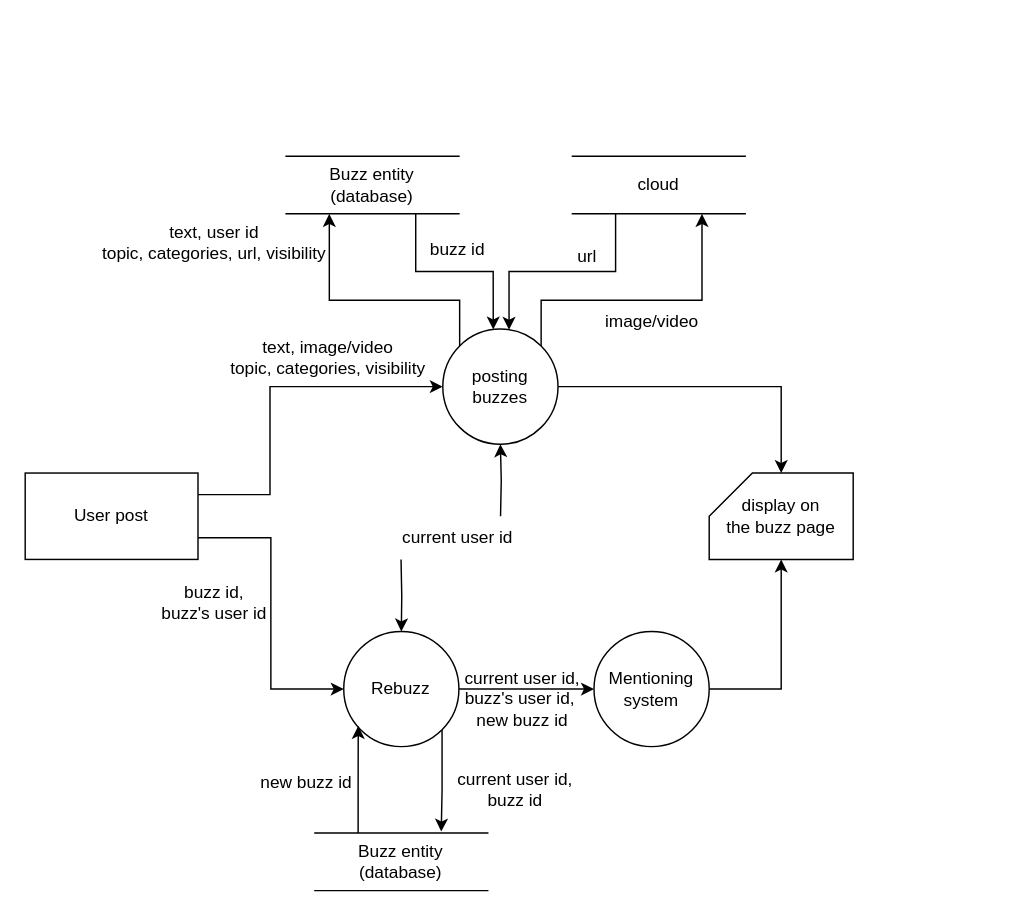
DonaldLamNL/buzzer keeps this draw.io diagram as DFD/Buzzer/Buzzes.drawio. Above is the earlier version. Source tidied: cells renumbered, new cells numbered last; positions are measured from the earlier drawing's top-left corner, leaving out a move shared by most shapes. Both pictures are drawn from the tidied source at 144%, with x=0, y=0 at pixel (24, 156).
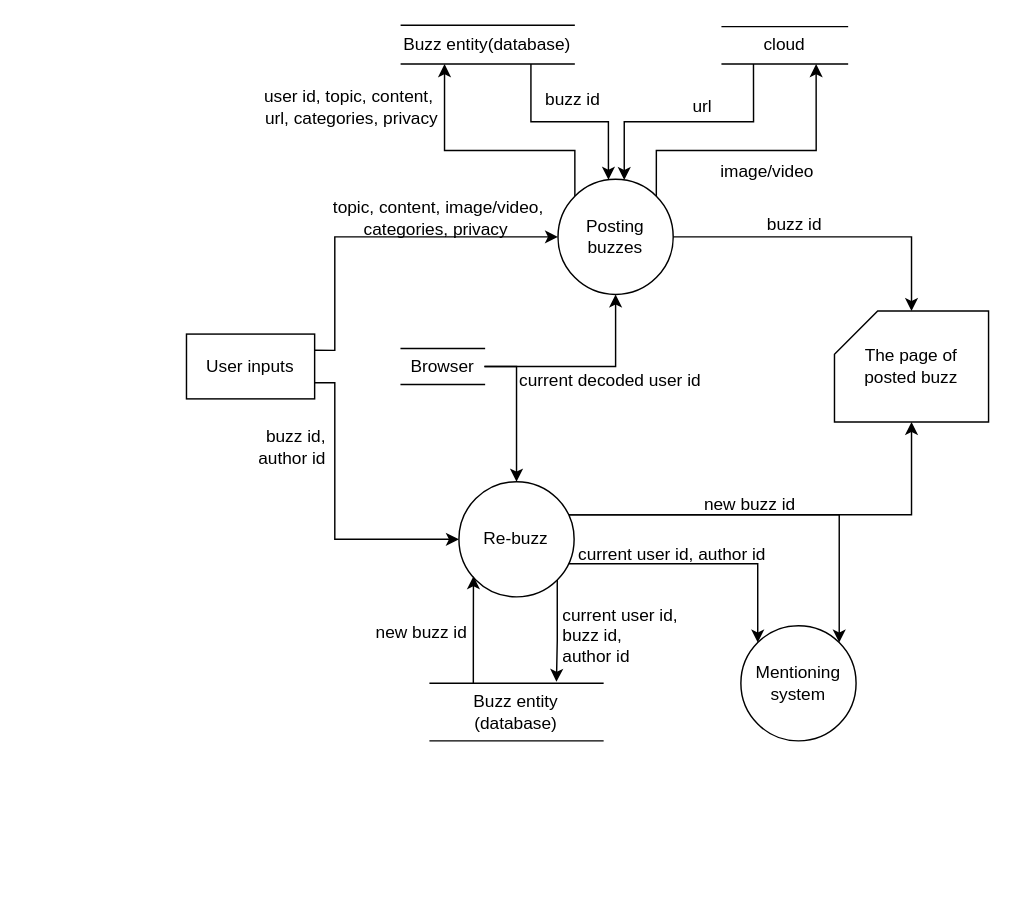
The same page after the edit.

Diff of the diagram source:
```diff
@@
-    <mxCell id="2" value="text, image/video&lt;br&gt;topic, categories, visibility" style="text;html=1;align=center;verticalAlign=middle;strokeColor=none;fillColor=none;" parent="1" vertex="1">
-      <mxGeometry x="130" y="120" width="160" height="40" as="geometry" />
+    <mxCell id="2" value="&lt;div style=&quot;border-color: var(--border-color);&quot;&gt;&amp;nbsp;topic, content, image/video,&lt;/div&gt;&lt;div style=&quot;border-color: var(--border-color);&quot;&gt;categories, privacy&lt;/div&gt;" style="text;html=1;align=center;verticalAlign=middle;strokeColor=none;fillColor=none;" parent="1" vertex="1">
+      <mxGeometry x="201" y="23" width="167" height="40" as="geometry" />
     </mxCell>
-    <mxCell id="3" style="edgeStyle=orthogonalEdgeStyle;rounded=0;jettySize=auto;html=1;exitX=1;exitY=0.25;exitDx=0;exitDy=0;entryX=0;entryY=0.5;entryDx=0;entryDy=0;" parent="1" edge="1" source="5" target="9">
+    <mxCell id="3" style="edgeStyle=orthogonalEdgeStyle;rounded=0;jettySize=auto;html=1;exitX=1;exitY=0.25;exitDx=0;exitDy=0;entryX=0;entryY=0.5;entryDx=0;entryDy=0;" parent="1" edge="1" source="36" target="9">
       <mxGeometry relative="1" as="geometry">
         <Array as="points">
-          <mxPoint x="170" y="235" />
-          <mxPoint x="170" y="160" />
+          <mxPoint x="215" y="135" />
+          <mxPoint x="215" y="56" />
         </Array>
       </mxGeometry>
     </mxCell>
-    <mxCell id="4" style="edgeStyle=orthogonalEdgeStyle;rounded=0;jettySize=auto;html=1;exitX=1;exitY=0.75;exitDx=0;exitDy=0;entryX=0;entryY=0.5;entryDx=0;entryDy=0;" parent="1" edge="1" source="5" target="13">
-      <mxGeometry relative="1" as="geometry" />
+    <mxCell id="4" style="edgeStyle=orthogonalEdgeStyle;rounded=0;jettySize=auto;html=1;exitX=1;exitY=0.75;exitDx=0;exitDy=0;entryX=0;entryY=0.5;entryDx=0;entryDy=0;" parent="1" edge="1" source="36" target="13">
+      <mxGeometry relative="1" as="geometry">
+        <Array as="points">
+          <mxPoint x="215" y="157" />
+          <mxPoint x="215" y="266" />
+        </Array>
+      </mxGeometry>
     </mxCell>
-    <mxCell id="5" value="User post" style="rounded=0;whiteSpace=wrap;html=1;" parent="1" vertex="1">
-      <mxGeometry y="220" width="120" height="60" as="geometry" />
-    </mxCell>
     <mxCell id="6" style="edgeStyle=orthogonalEdgeStyle;rounded=0;jettySize=auto;html=1;exitX=0;exitY=0;exitDx=0;exitDy=0;entryX=0.25;entryY=1;entryDx=0;entryDy=0;" parent="1" edge="1" source="9" target="20">
       <mxGeometry relative="1" as="geometry">
         <Array as="points">
-          <mxPoint x="302" y="100" />
-          <mxPoint x="211" y="100" />
+          <mxPoint x="382" y="-4" />
+          <mxPoint x="291" y="-4" />
         </Array>
       </mxGeometry>
     </mxCell>
     <mxCell id="7" style="edgeStyle=orthogonalEdgeStyle;rounded=0;jettySize=auto;html=1;exitX=1;exitY=0;exitDx=0;exitDy=0;entryX=0.75;entryY=1;entryDx=0;entryDy=0;" parent="1" edge="1" source="9" target="22">
       <mxGeometry relative="1" as="geometry">
         <Array as="points">
-          <mxPoint x="358" y="100" />
-          <mxPoint x="470" y="100" />
+          <mxPoint x="438" y="-4" />
+          <mxPoint x="550" y="-4" />
         </Array>
       </mxGeometry>
     </mxCell>
@@
-    <mxCell id="9" value="posting&lt;br&gt;buzzes" style="ellipse;whiteSpace=wrap;html=1;" parent="1" vertex="1">
-      <mxGeometry x="290" y="120" width="80" height="80" as="geometry" />
+    <mxCell id="9" value="Posting&lt;br&gt;buzzes" style="ellipse;whiteSpace=wrap;html=1;" parent="1" vertex="1">
+      <mxGeometry x="370" y="16" width="80" height="80" as="geometry" />
     </mxCell>
-    <mxCell id="10" style="edgeStyle=orthogonalEdgeStyle;rounded=0;jettySize=auto;html=1;exitX=1;exitY=0.5;exitDx=0;exitDy=0;entryX=0;entryY=0.5;entryDx=0;entryDy=0;" parent="1" edge="1" source="13" target="17">
-      <mxGeometry relative="1" as="geometry" />
-    </mxCell>
@@
-    <mxCell id="12" style="edgeStyle=orthogonalEdgeStyle;rounded=0;jettySize=auto;html=1;entryX=0.5;entryY=0;entryDx=0;entryDy=0;" parent="1" edge="1" target="13">
-      <mxGeometry relative="1" as="geometry">
-        <mxPoint x="261" y="280" as="sourcePoint" />
-      </mxGeometry>
-    </mxCell>
+    <mxCell id="33" style="edgeStyle=orthogonalEdgeStyle;rounded=0;jettySize=auto;html=1;exitX=0.953;exitY=0.713;exitDx=0;exitDy=0;entryX=0;entryY=0;entryDx=0;entryDy=0;exitPerimeter=0;" parent="1" edge="1" source="13" target="17">
+      <mxGeometry relative="1" as="geometry">
+        <Array as="points">
+          <mxPoint x="509" y="283" />
+        </Array>
+      </mxGeometry>
+    </mxCell>
+    <mxCell id="34" style="edgeStyle=orthogonalEdgeStyle;rounded=0;jettySize=auto;html=1;exitX=0.94;exitY=0.288;exitDx=0;exitDy=0;entryX=0.5;entryY=1;entryDx=0;entryDy=0;entryPerimeter=0;exitPerimeter=0;" parent="1" edge="1" source="13" target="18">
+      <mxGeometry relative="1" as="geometry" />
+    </mxCell>
+    <mxCell id="35" style="edgeStyle=orthogonalEdgeStyle;rounded=0;jettySize=auto;html=1;exitX=0.951;exitY=0.288;exitDx=0;exitDy=0;entryX=1;entryY=0;entryDx=0;entryDy=0;exitPerimeter=0;" parent="1" edge="1" source="13" target="17">
+      <mxGeometry relative="1" as="geometry" />
+    </mxCell>
-    <mxCell id="13" value="Rebuzz" style="ellipse;whiteSpace=wrap;html=1;" parent="1" vertex="1">
-      <mxGeometry x="221.2" y="330" width="80" height="80" as="geometry" />
+    <mxCell id="13" value="Re-buzz" style="ellipse;whiteSpace=wrap;html=1;" parent="1" vertex="1">
+      <mxGeometry x="301.2" y="226" width="80" height="80" as="geometry" />
     </mxCell>
-    <mxCell id="14" style="edgeStyle=orthogonalEdgeStyle;rounded=0;jettySize=auto;html=1;" parent="1" edge="1" target="9">
-      <mxGeometry relative="1" as="geometry">
-        <mxPoint x="330.1" y="250" as="sourcePoint" />
-      </mxGeometry>
-    </mxCell>
-    <mxCell id="15" value="current user id" style="text;html=1;align=center;verticalAlign=middle;strokeColor=none;fillColor=none;" parent="1" vertex="1">
-      <mxGeometry x="250" y="250" width="100" height="30" as="geometry" />
-    </mxCell>
-    <mxCell id="16" style="edgeStyle=orthogonalEdgeStyle;rounded=0;jettySize=auto;html=1;exitX=1;exitY=0.5;exitDx=0;exitDy=0;entryX=0.5;entryY=1;entryDx=0;entryDy=0;entryPerimeter=0;" parent="1" edge="1" source="17" target="18">
-      <mxGeometry relative="1" as="geometry" />
-    </mxCell>
     <mxCell id="17" value="Mentioning system" style="ellipse;whiteSpace=wrap;html=1;" parent="1" vertex="1">
-      <mxGeometry x="395" y="330" width="80" height="80" as="geometry" />
+      <mxGeometry x="497" y="326" width="80" height="80" as="geometry" />
     </mxCell>
-    <mxCell id="18" value="display on &lt;br&gt;the buzz page" style="shape=card;whiteSpace=wrap;html=1;" parent="1" vertex="1">
-      <mxGeometry x="475" y="220" width="100" height="60" as="geometry" />
+    <mxCell id="18" value="The page of&lt;br&gt;posted buzz" style="shape=card;whiteSpace=wrap;html=1;" parent="1" vertex="1">
+      <mxGeometry x="562" y="107.5" width="107" height="77" as="geometry" />
     </mxCell>
@@
-    <mxCell id="20" value="Buzz entity (database)" style="shape=partialRectangle;whiteSpace=wrap;html=1;left=0;right=0;fillColor=none;rounded=0;strokeColor=default;fontFamily=Helvetica;fontSize=12;fontColor=default;" parent="1" vertex="1">
-      <mxGeometry x="181.2" width="120" height="40" as="geometry" />
+    <mxCell id="20" value="Buzz entity(database)" style="shape=partialRectangle;whiteSpace=wrap;html=1;left=0;right=0;fillColor=none;rounded=0;strokeColor=default;fontFamily=Helvetica;fontSize=12;fontColor=default;" parent="1" vertex="1">
+      <mxGeometry x="261.2" y="-91" width="120" height="27" as="geometry" />
     </mxCell>
@@
     <mxCell id="22" value="cloud" style="shape=partialRectangle;whiteSpace=wrap;html=1;left=0;right=0;fillColor=none;rounded=0;strokeColor=default;fontFamily=Helvetica;fontSize=12;fontColor=default;" parent="1" vertex="1">
-      <mxGeometry x="380" width="120" height="40" as="geometry" />
+      <mxGeometry x="484" y="-90" width="87" height="26" as="geometry" />
     </mxCell>
     <mxCell id="23" value="image/video" style="text;html=1;align=center;verticalAlign=middle;strokeColor=none;fillColor=none;" parent="1" vertex="1">
-      <mxGeometry x="390" y="100" width="90" height="30" as="geometry" />
+      <mxGeometry x="470" y="-4" width="90" height="30" as="geometry" />
     </mxCell>
     <mxCell id="24" value="url" style="text;html=1;align=center;verticalAlign=middle;strokeColor=none;fillColor=none;" parent="1" vertex="1">
-      <mxGeometry x="370" y="55" width="40" height="30" as="geometry" />
+      <mxGeometry x="450" y="-49" width="40" height="30" as="geometry" />
     </mxCell>
     <mxCell id="25" value="buzz id" style="text;html=1;align=center;verticalAlign=middle;strokeColor=none;fillColor=none;" parent="1" vertex="1">
-      <mxGeometry x="270" y="50" width="60" height="30" as="geometry" />
+      <mxGeometry x="350" y="-54" width="60" height="30" as="geometry" />
     </mxCell>
-    <mxCell id="26" value="text, user id&lt;br&gt;topic,&amp;nbsp;categories, url, visibility" style="text;html=1;align=center;verticalAlign=middle;strokeColor=none;fillColor=none;" parent="1" vertex="1">
-      <mxGeometry x="41.2" y="40" width="180" height="40" as="geometry" />
+    <mxCell id="26" value="&lt;div style=&quot;&quot;&gt;user id, topic, content,&amp;nbsp;&lt;/div&gt;&lt;div style=&quot;&quot;&gt;url, categories, privacy&lt;/div&gt;" style="text;html=1;align=right;verticalAlign=middle;strokeColor=none;fillColor=none;" parent="1" vertex="1">
+      <mxGeometry x="149" y="-54" width="139" height="40" as="geometry" />
     </mxCell>
-    <mxCell id="27" value="buzz id, &lt;br&gt;buzz's user id" style="text;html=1;align=center;verticalAlign=middle;strokeColor=none;fillColor=none;" parent="1" vertex="1">
-      <mxGeometry x="81.2" y="290" width="100" height="40" as="geometry" />
+    <mxCell id="27" value="buzz id, &lt;br&gt;author id" style="text;html=1;align=right;verticalAlign=middle;strokeColor=none;fillColor=none;" parent="1" vertex="1">
+      <mxGeometry x="145" y="182" width="65" height="40" as="geometry" />
     </mxCell>
@@
     <mxCell id="29" value="Buzz entity (database)" style="shape=partialRectangle;whiteSpace=wrap;html=1;left=0;right=0;fillColor=none;rounded=0;strokeColor=default;fontFamily=Helvetica;fontSize=12;fontColor=default;" parent="1" vertex="1">
-      <mxGeometry x="201.2" y="470" width="120" height="40" as="geometry" />
+      <mxGeometry x="281.2" y="366" width="120" height="40" as="geometry" />
     </mxCell>
-    <mxCell id="30" value="current user id,&lt;br&gt;buzz id" style="text;html=1;align=center;verticalAlign=middle;strokeColor=none;fillColor=none;" parent="1" vertex="1">
-      <mxGeometry x="290" y="420" width="100" height="40" as="geometry" />
+    <mxCell id="30" value="&lt;div style=&quot;text-align: left;&quot;&gt;current user id,&lt;/div&gt;&lt;div style=&quot;text-align: left;&quot;&gt;buzz id,&lt;/div&gt;&lt;div style=&quot;text-align: left;&quot;&gt;author id&lt;/div&gt;" style="text;html=1;align=center;verticalAlign=middle;strokeColor=none;fillColor=none;" parent="1" vertex="1">
+      <mxGeometry x="364" y="306" width="98" height="54" as="geometry" />
     </mxCell>
-    <mxCell id="31" value="current user id,&lt;br&gt;buzz's user id,&amp;nbsp;&lt;br&gt;new buzz id" style="text;html=1;align=center;verticalAlign=middle;strokeColor=none;fillColor=none;" parent="1" vertex="1">
-      <mxGeometry x="295" y="347" width="100" height="60" as="geometry" />
+    <mxCell id="31" value="current user id,&amp;nbsp;author id" style="text;html=1;align=center;verticalAlign=middle;strokeColor=none;fillColor=none;" parent="1" vertex="1">
+      <mxGeometry x="375" y="264" width="148" height="26" as="geometry" />
     </mxCell>
     <mxCell id="32" value="new buzz id" style="text;html=1;align=center;verticalAlign=middle;strokeColor=none;fillColor=none;" parent="1" vertex="1">
-      <mxGeometry x="150" y="420" width="90" height="30" as="geometry" />
+      <mxGeometry x="230" y="316" width="90" height="30" as="geometry" />
     </mxCell>
+    <mxCell id="36" value="User inputs" style="rounded=0;whiteSpace=wrap;html=1;" parent="1" vertex="1">
+      <mxGeometry x="112" y="123.5" width="89" height="45" as="geometry" />
+    </mxCell>
+    <mxCell id="37" style="edgeStyle=orthogonalEdgeStyle;rounded=0;jettySize=auto;html=1;exitX=1;exitY=0.5;exitDx=0;exitDy=0;entryX=0.5;entryY=0;entryDx=0;entryDy=0;" parent="1" edge="1" source="39" target="13">
+      <mxGeometry relative="1" as="geometry" />
+    </mxCell>
+    <mxCell id="38" style="edgeStyle=orthogonalEdgeStyle;rounded=0;jettySize=auto;html=1;exitX=1;exitY=0.5;exitDx=0;exitDy=0;entryX=0.5;entryY=1;entryDx=0;entryDy=0;" parent="1" edge="1" source="39" target="9">
+      <mxGeometry relative="1" as="geometry" />
+    </mxCell>
+    <mxCell id="39" value="Browser" style="shape=partialRectangle;whiteSpace=wrap;html=1;left=0;right=0;fillColor=none;rounded=0;strokeColor=default;fontFamily=Helvetica;fontSize=12;fontColor=default;" parent="1" vertex="1">
+      <mxGeometry x="261.1" y="133.5" width="57.8" height="25" as="geometry" />
+    </mxCell>
+    <mxCell id="40" value="current decoded user id" style="text;html=1;align=center;verticalAlign=middle;strokeColor=none;fillColor=none;" parent="1" vertex="1">
+      <mxGeometry x="334" y="142.5" width="144" height="26" as="geometry" />
+    </mxCell>
+    <mxCell id="41" value="buzz id" style="text;html=1;align=center;verticalAlign=middle;strokeColor=none;fillColor=none;" parent="1" vertex="1">
+      <mxGeometry x="506" y="35" width="56" height="26" as="geometry" />
+    </mxCell>
+    <mxCell id="42" value="new buzz id" style="text;html=1;align=center;verticalAlign=middle;strokeColor=none;fillColor=none;" parent="1" vertex="1">
+      <mxGeometry x="462" y="229" width="81" height="26" as="geometry" />
+    </mxCell>
```
